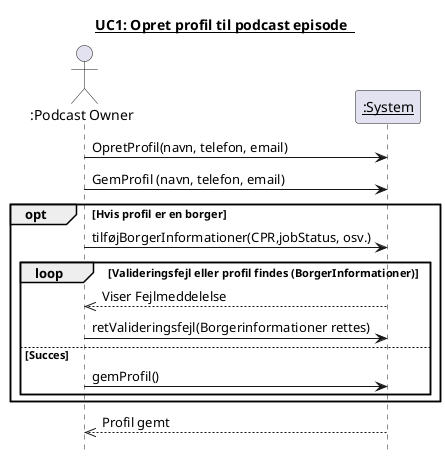
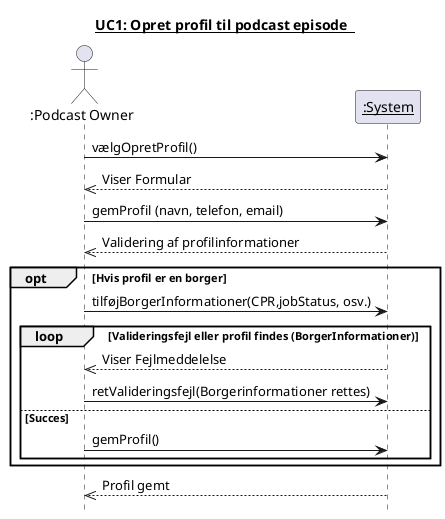
@startuml SSD
title <u>UC1: Opret profil til podcast episode  </u>

Actor ":Podcast Owner" as PO
participant "<u>:System</u>" as System

- PO -> System: OpretProfil(navn, telefon, email)
+ PO -> System: vælgOpretProfil()

- PO -> System: GemProfil (navn, telefon, email)
+ System -->> PO: Viser Formular
+ 
+ PO -> System: gemProfil (navn, telefon, email)
+ 
+ System -->> PO: Validering af profilinformationer

opt Hvis profil er en borger
    PO -> System: tilføjBorgerInformationer(CPR,jobStatus, osv.)

    loop Valideringsfejl eller profil findes (BorgerInformationer)
        System -->> PO: Viser Fejlmeddelelse
        PO -> System: retValideringsfejl(Borgerinformationer rettes)
    else Succes
        PO -> System: gemProfil()

    end
end

System -->> PO: Profil gemt


hide footbox

@enduml